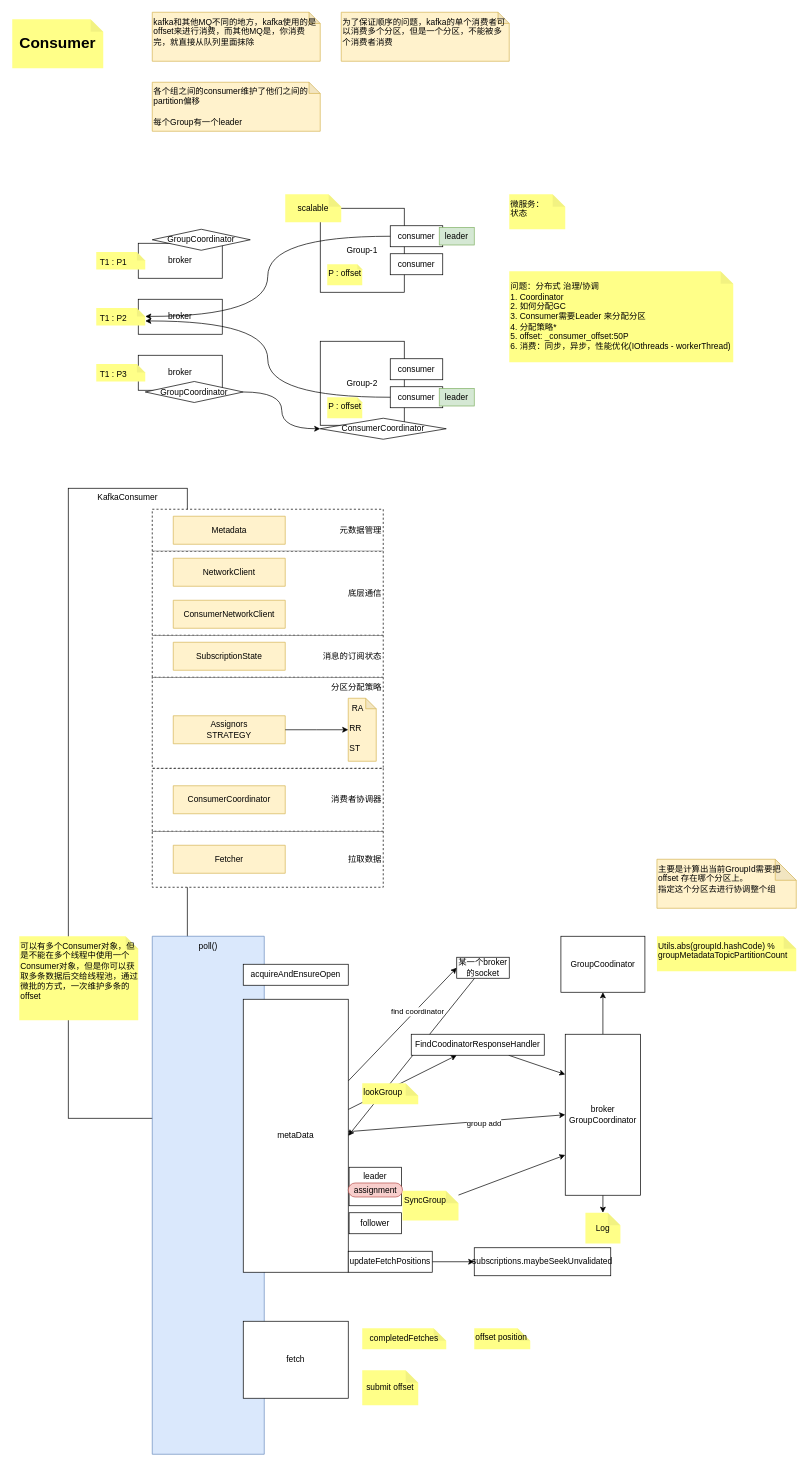
Above: draw/kafka/kafka的consumer.drawio in BxcGit/draw (draw.io), before the change. Source tidied: cells renumbered, new cells numbered last; positions are measured from the earlier drawing's top-left corner, leaving out a move shared by most shapes. Both pictures are drawn from the tidied source at 70%, with x=0, y=0 at pixel (12, 12).
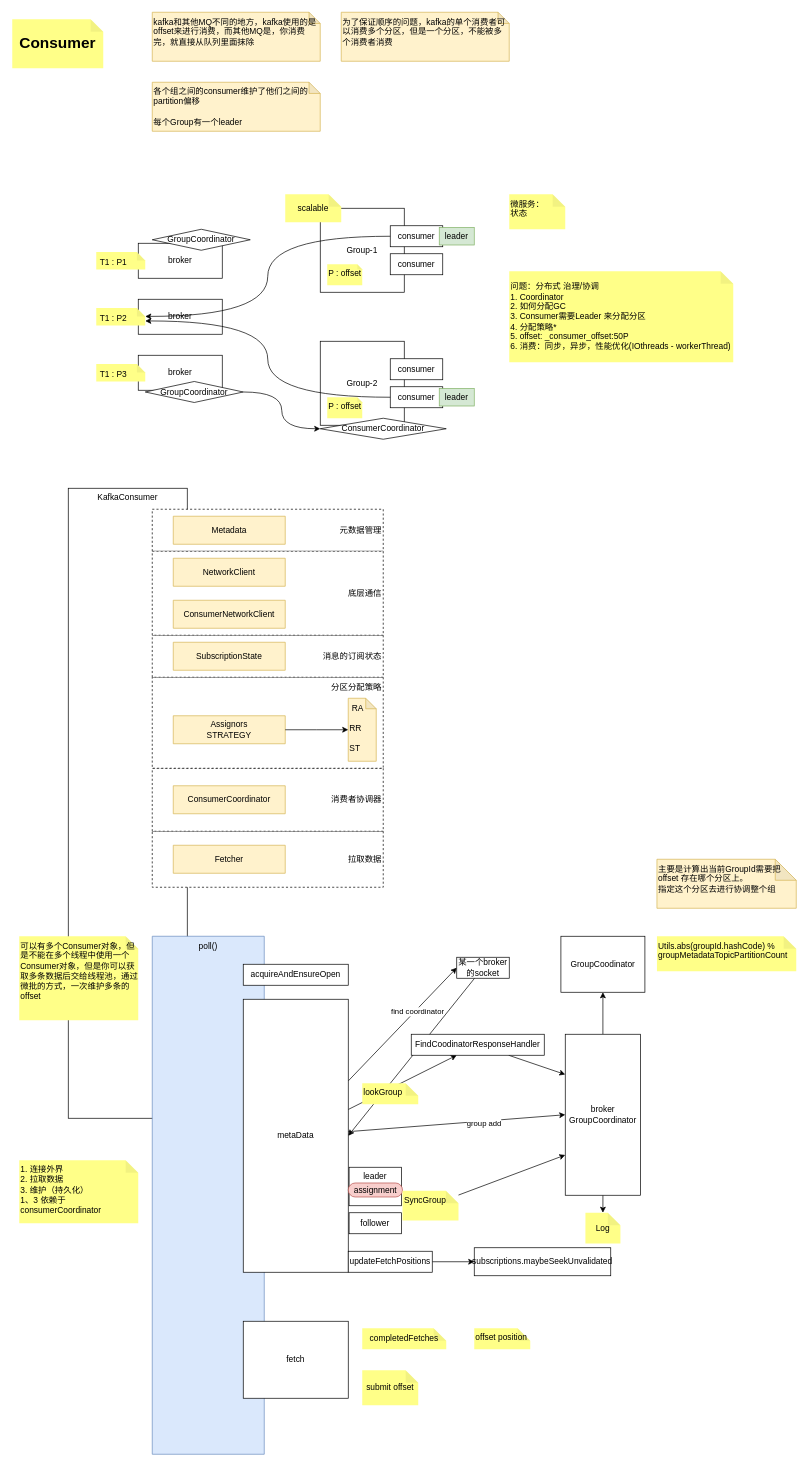
After the change.

Change to the diagram source:
```diff
@@
+    <mxCell id="81" value="1. 连接外界&lt;div&gt;2. 拉取数据&lt;/div&gt;&lt;div&gt;3. 维护（持久化）&lt;/div&gt;&lt;div&gt;1、3 依赖于 consumerCoordinator&lt;/div&gt;" style="shape=note;whiteSpace=wrap;html=1;backgroundOutline=1;darkOpacity=0.05;fillColor=#ffff88;strokeColor=none;horizontal=1;align=left;verticalAlign=top;size=18;" parent="1" vertex="1">
+      <mxGeometry x="10" y="1640" width="170" height="90" as="geometry" />
+    </mxCell>
```
